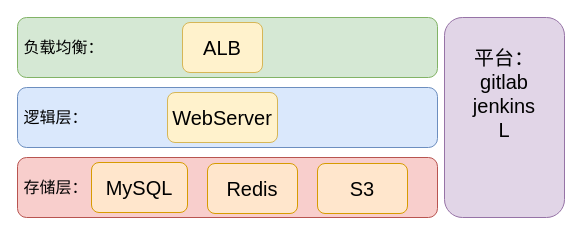
Above: page "架构" (9 of 10) of EntryTask.drawio in kimbalhuang/test (draw.io), before the change. Source tidied: cells renumbered, new cells numbered last; positions are measured from the earlier drawing's top-left corner, leaving out a move shared by most shapes. Both pictures are drawn from the tidied source at 100%, with x=0, y=0 at pixel (17, 17).
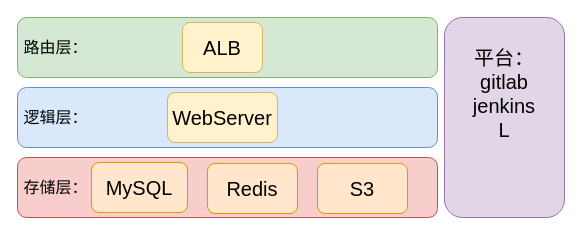
After the change.

Change to the diagram source:
```diff
@@
 <mxGraphModel>
   <root>
     <mxCell id="0" />
     <mxCell id="1" parent="0" />
-    <mxCell id="2" value="&amp;nbsp;负载均衡：" style="rounded=1;whiteSpace=wrap;html=1;fontSize=16;fillColor=#d5e8d4;strokeColor=#82b366;align=left;" parent="1" vertex="1">
+    <mxCell id="2" value="&amp;nbsp;路由层：" style="rounded=1;whiteSpace=wrap;html=1;fontSize=16;fillColor=#d5e8d4;strokeColor=#82b366;align=left;" parent="1" vertex="1">
       <mxGeometry width="420" height="60" as="geometry" />
     </mxCell>
     <mxCell id="3" value="&amp;nbsp;逻辑层：" style="rounded=1;whiteSpace=wrap;html=1;fontSize=16;fillColor=#dae8fc;strokeColor=#6c8ebf;align=left;" parent="1" vertex="1">
       <mxGeometry y="70" width="420" height="60" as="geometry" />
     </mxCell>
     <mxCell id="4" value="&amp;nbsp;存储层：" style="rounded=1;whiteSpace=wrap;html=1;fontSize=16;fillColor=#f8cecc;strokeColor=#b85450;align=left;" parent="1" vertex="1">
       <mxGeometry y="140" width="420" height="60" as="geometry" />
     </mxCell>
     <mxCell id="5" value="&lt;span style=&quot;&quot;&gt;WebServer&lt;/span&gt;" style="rounded=1;whiteSpace=wrap;html=1;fontSize=20;fillColor=#fff2cc;strokeColor=#d6b656;" parent="1" vertex="1">
       <mxGeometry x="150" y="75" width="110" height="50" as="geometry" />
     </mxCell>
     <mxCell id="6" value="MySQL" style="rounded=1;whiteSpace=wrap;html=1;fontSize=20;fillColor=#ffe6cc;strokeColor=#d79b00;" parent="1" vertex="1">
       <mxGeometry x="74" y="145" width="96" height="50" as="geometry" />
     </mxCell>
     <mxCell id="7" value="&lt;span style=&quot;&quot;&gt;S3&lt;/span&gt;" style="rounded=1;whiteSpace=wrap;html=1;fontSize=20;fillColor=#ffe6cc;strokeColor=#d79b00;" parent="1" vertex="1">
       <mxGeometry x="300" y="146" width="90" height="50" as="geometry" />
     </mxCell>
     <mxCell id="8" value="Redis" style="rounded=1;whiteSpace=wrap;html=1;fontSize=20;fillColor=#ffe6cc;strokeColor=#d79b00;" parent="1" vertex="1">
       <mxGeometry x="190" y="146" width="90" height="50" as="geometry" />
     </mxCell>
     <mxCell id="9" value="&lt;span style=&quot;&quot;&gt;ALB&lt;/span&gt;" style="rounded=1;whiteSpace=wrap;html=1;fontSize=20;fillColor=#fff2cc;strokeColor=#d6b656;" parent="1" vertex="1">
       <mxGeometry x="165" y="5" width="80" height="50" as="geometry" />
     </mxCell>
     <mxCell id="10" value="平台：&lt;br&gt;gitlab&lt;br&gt;jenkins&lt;br&gt;L&lt;br&gt;&lt;br&gt;&lt;br&gt;" style="rounded=1;whiteSpace=wrap;html=1;fontSize=20;fillColor=#e1d5e7;strokeColor=#9673a6;" parent="1" vertex="1">
       <mxGeometry x="427" width="120" height="200" as="geometry" />
     </mxCell>
   </root>
 </mxGraphModel>
```
